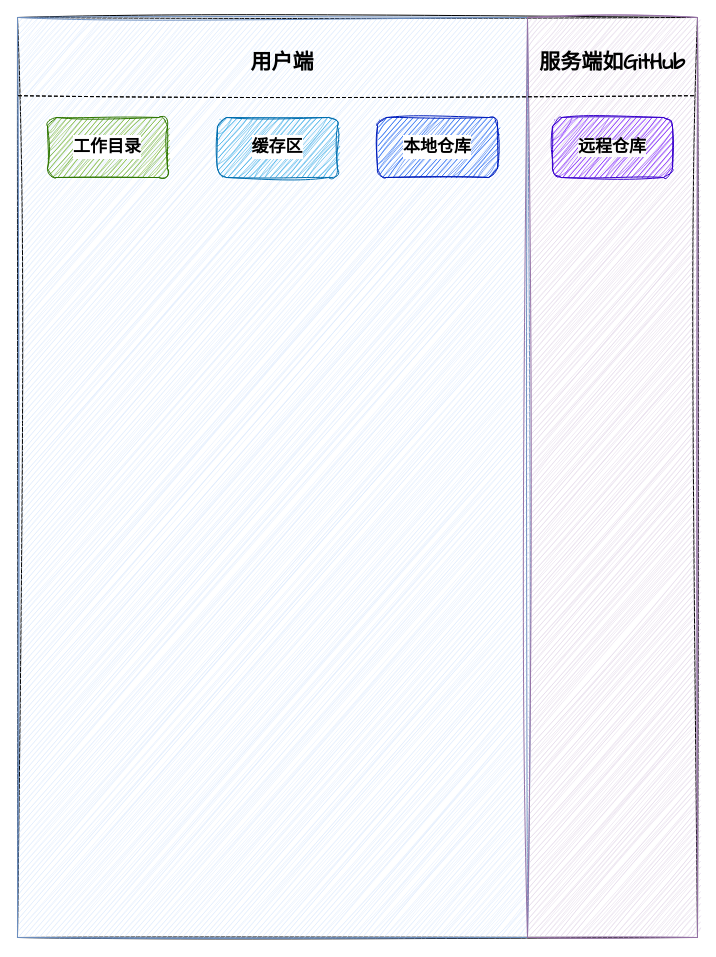
Rodert/javapub_oss keeps this draw.io diagram as image-text/图解Git工作原理.drawio. Above is the earlier version. Source tidied: cells renumbered, new cells numbered last; positions are measured from the earlier drawing's top-left corner, leaving out a move shared by most shapes. Both pictures are drawn from the tidied source at 100%, with x=0, y=0 at pixel (17, 17).
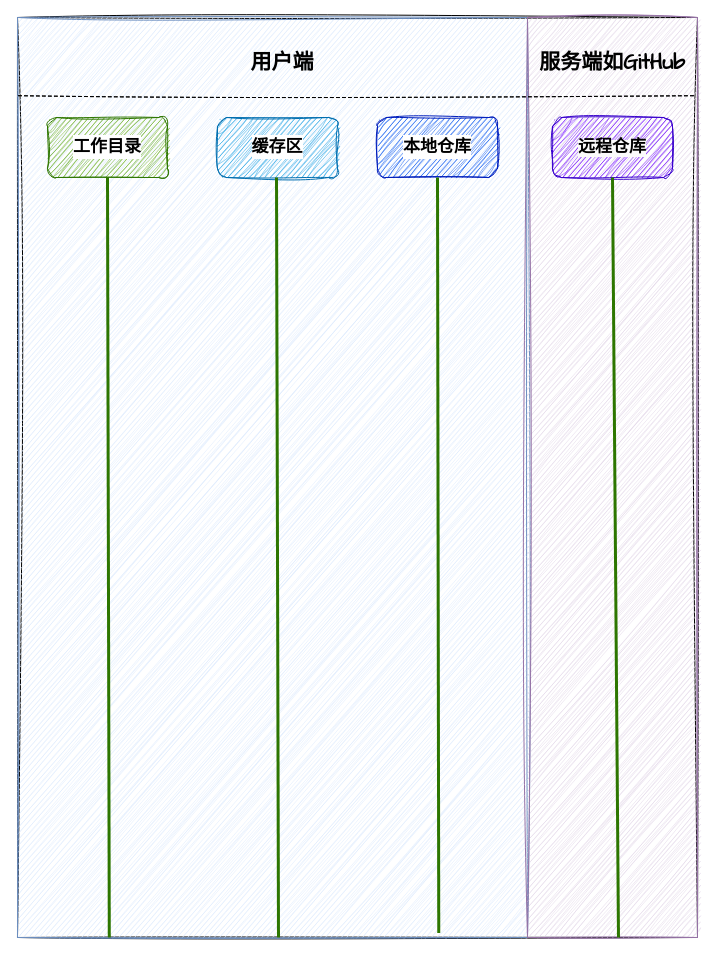
After the change.

Commit message (it also covers changes not shown here):
更新图解Git工作原理.drawio

Unchanged cells that the change refers to:
```xml
<mxCell id="6" style="rounded=0;whiteSpace=wrap;html=1;sketch=1;hachureGap=4;jiggle=2;curveFitting=1;fontFamily=Architects Daughter;fillColor=#dae8fc;strokeColor=#6c8ebf;" parent="1" vertex="1">
  <mxGeometry width="510" height="920" as="geometry" />
</mxCell>
<mxCell id="11" value="&lt;b&gt;&lt;font style=&quot;font-size: 17px; background-color: rgb(255, 255, 255);&quot; color=&quot;#000000&quot;&gt;工作目录&lt;/font&gt;&lt;/b&gt;" style="rounded=1;whiteSpace=wrap;html=1;sketch=1;hachureGap=4;jiggle=2;curveFitting=1;fontFamily=Architects Daughter;fillColor=#60a917;strokeColor=#2D7600;fontColor=#ffffff;" parent="1" vertex="1">
  <mxGeometry x="30" y="100" width="120" height="60" as="geometry" />
</mxCell>
<mxCell id="13" value="&lt;font color=&quot;#000000&quot;&gt;&lt;span style=&quot;font-size: 17px; background-color: rgb(255, 255, 255);&quot;&gt;&lt;b&gt;本地仓库&lt;/b&gt;&lt;/span&gt;&lt;/font&gt;" style="rounded=1;whiteSpace=wrap;html=1;sketch=1;hachureGap=4;jiggle=2;curveFitting=1;fontFamily=Architects Daughter;fillColor=#0050ef;strokeColor=#001DBC;fontColor=#ffffff;" parent="1" vertex="1">
  <mxGeometry x="360" y="100" width="120" height="60" as="geometry" />
</mxCell>
<mxCell id="14" value="&lt;b style=&quot;forced-color-adjust: none; color: rgb(255, 255, 255); font-family: &amp;quot;Architects Daughter&amp;quot;; font-size: 12px; font-style: normal; font-variant-ligatures: normal; font-variant-caps: normal; letter-spacing: normal; orphans: 2; text-align: center; text-indent: 0px; text-transform: none; widows: 2; word-spacing: 0px; -webkit-text-stroke-width: 0px; white-space: normal; text-decoration-thickness: initial; text-decoration-style: initial; text-decoration-color: initial; background-color: rgb(251, 251, 251);&quot;&gt;&lt;font style=&quot;forced-color-adjust: none; font-size: 17px;&quot; color=&quot;#000000&quot;&gt;远程仓库&lt;/font&gt;&lt;/b&gt;" style="rounded=1;whiteSpace=wrap;html=1;sketch=1;hachureGap=4;jiggle=2;curveFitting=1;fontFamily=Architects Daughter;fillColor=#6a00ff;strokeColor=#3700CC;fontColor=#ffffff;" parent="1" vertex="1">
  <mxGeometry x="535" y="100" width="120" height="60" as="geometry" />
</mxCell>
```

What changed in the source:
```diff
@@
+    <mxCell id="15" style="endArrow=none;html=1;rounded=0;hachureGap=4;fontFamily=Architects Daughter;entryX=0.5;entryY=1;entryDx=0;entryDy=0;exitX=0.18;exitY=1;exitDx=0;exitDy=0;exitPerimeter=0;strokeWidth=3;fillColor=#60a917;strokeColor=#2D7600;" parent="1" edge="1" source="6" target="11">
+      <mxGeometry relative="1" as="geometry" />
+    </mxCell>
+    <mxCell id="16" style="endArrow=none;html=1;rounded=0;hachureGap=4;fontFamily=Architects Daughter;entryX=0.5;entryY=1;entryDx=0;entryDy=0;exitX=0.18;exitY=1;exitDx=0;exitDy=0;exitPerimeter=0;strokeWidth=3;fillColor=#60a917;strokeColor=#2D7600;" parent="1" edge="1">
+      <mxGeometry relative="1" as="geometry">
+        <mxPoint x="261" y="920" as="sourcePoint" />
+        <mxPoint x="259" y="160" as="targetPoint" />
+      </mxGeometry>
+    </mxCell>
+    <mxCell id="17" style="endArrow=none;html=1;rounded=0;hachureGap=4;fontFamily=Architects Daughter;entryX=0.5;entryY=1;entryDx=0;entryDy=0;strokeWidth=3;fillColor=#60a917;strokeColor=#2D7600;exitX=0.826;exitY=0.995;exitDx=0;exitDy=0;exitPerimeter=0;" parent="1" edge="1" source="6" target="13">
+      <mxGeometry relative="1" as="geometry" />
+    </mxCell>
+    <mxCell id="18" style="endArrow=none;html=1;rounded=0;hachureGap=4;fontFamily=Architects Daughter;strokeWidth=3;fillColor=#60a917;strokeColor=#2D7600;exitX=0.826;exitY=0.995;exitDx=0;exitDy=0;exitPerimeter=0;entryX=0.5;entryY=1;entryDx=0;entryDy=0;" parent="1" edge="1" target="14">
+      <mxGeometry relative="1" as="geometry">
+        <mxPoint x="601" y="920" as="sourcePoint" />
+      </mxGeometry>
+    </mxCell>
```
